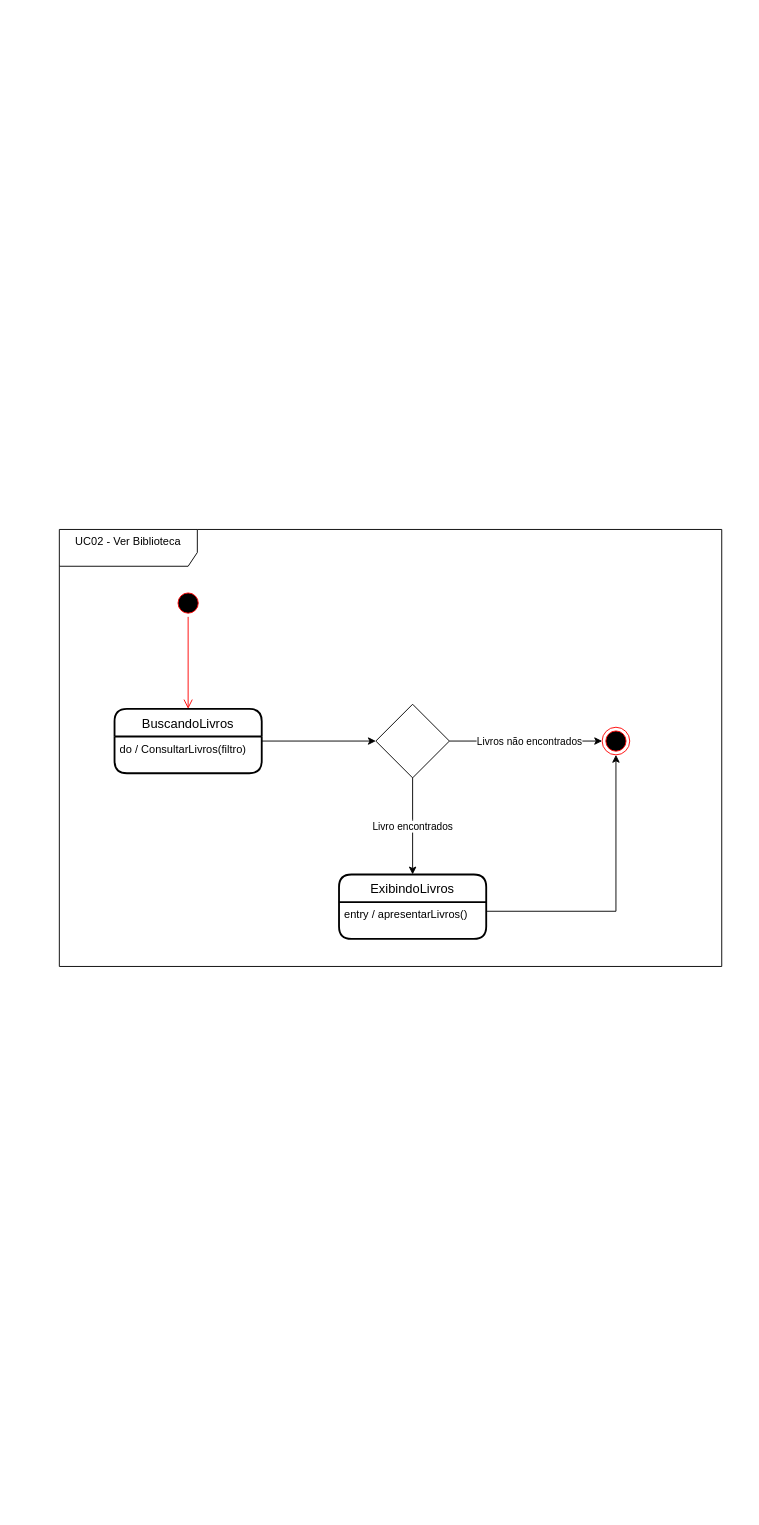
Earlier version of the draw.io diagram diagramMaquinaEstado.drawio (lucaspercisi/UFFS). Source tidied: cells renumbered, new cells numbered last; positions are measured from the earlier drawing's top-left corner, leaving out a move shared by most shapes. Both pictures are drawn from the tidied source at 92%, with x=0, y=0 at pixel (59, 529).
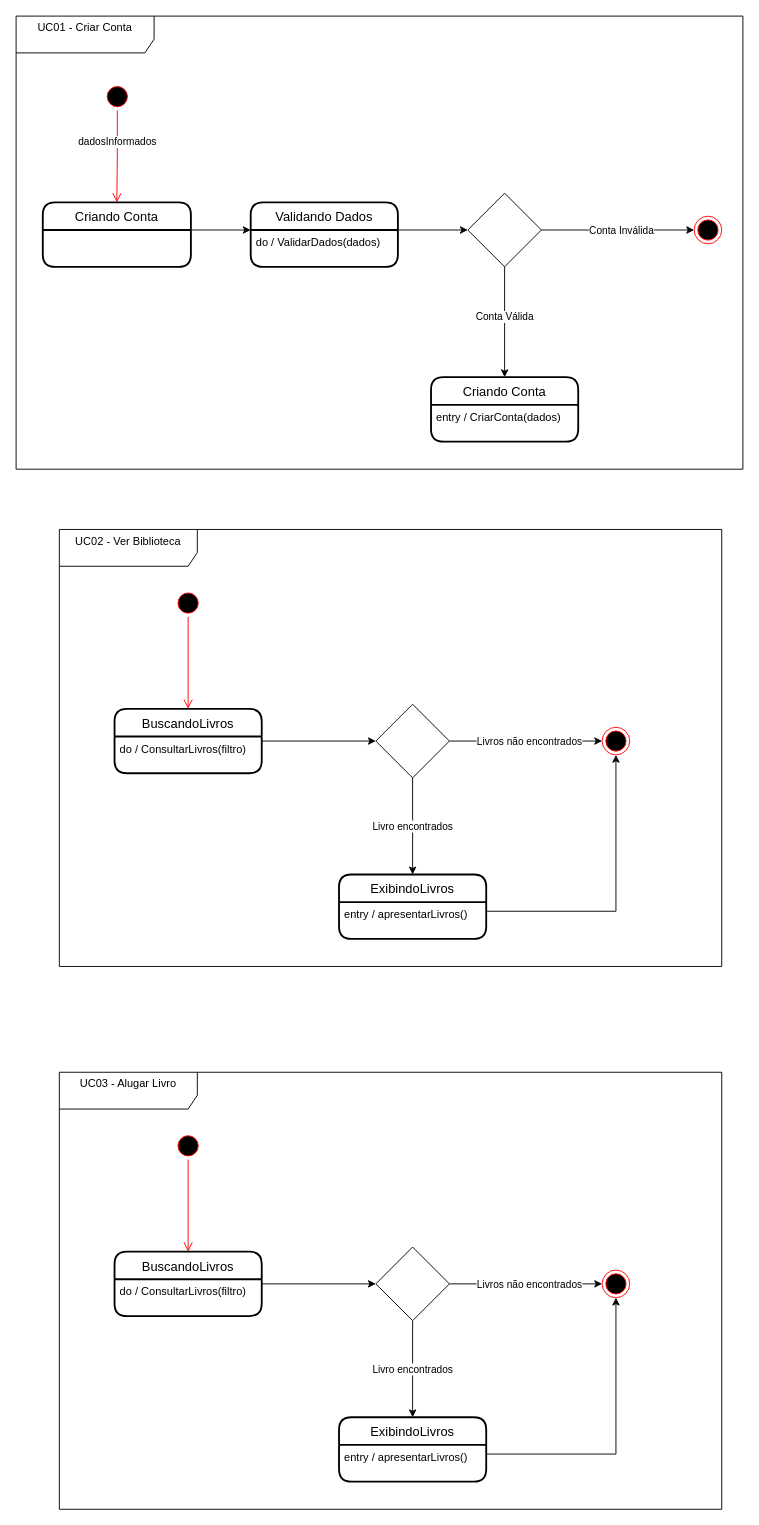
The same diagram, later.

The edit, as a diff of the source:
```diff
@@
+    <mxCell id="15" value="&lt;div&gt;UC02 - Ver Biblioteca&lt;/div&gt;&lt;div&gt;&lt;br&gt;&lt;/div&gt;" style="shape=umlFrame;whiteSpace=wrap;html=1;width=150;height=40;" parent="1" vertex="1">
+      <mxGeometry width="720" height="475" as="geometry" />
+    </mxCell>
@@
-    <mxCell id="15" value="&lt;div&gt;UC02 - Ver Biblioteca&lt;/div&gt;&lt;div&gt;&lt;br&gt;&lt;/div&gt;" style="shape=umlFrame;whiteSpace=wrap;html=1;width=150;height=40;" parent="1" vertex="1">
-      <mxGeometry width="720" height="475" as="geometry" />
-    </mxCell>
+    <mxCell id="16" style="ellipse;html=1;shape=startState;fillColor=#000000;strokeColor=#ff0000;" parent="1" vertex="1">
+      <mxGeometry x="48" y="-485.5" width="30" height="30" as="geometry" />
+    </mxCell>
+    <mxCell id="17" style="edgeStyle=orthogonalEdgeStyle;html=1;verticalAlign=bottom;endArrow=open;endSize=8;strokeColor=#ff0000;rounded=0;entryX=0.5;entryY=0;entryDx=0;entryDy=0;" parent="1" edge="1" source="16" target="25">
+      <mxGeometry relative="1" as="geometry" />
+    </mxCell>
+    <mxCell id="18" value="dadosInformados" style="edgeLabel;html=1;align=center;verticalAlign=middle;" parent="17" vertex="1">
+      <mxGeometry x="-0.32" y="-1" relative="1" as="geometry" />
+    </mxCell>
+    <mxCell id="19" style="ellipse;html=1;shape=endState;fillColor=#000000;strokeColor=#ff0000;" parent="1" vertex="1">
+      <mxGeometry x="690" y="-340.5" width="30" height="30" as="geometry" />
+    </mxCell>
+    <mxCell id="20" style="edgeStyle=orthogonalEdgeStyle;rounded=0;jettySize=auto;html=1;exitX=1;exitY=0.5;exitDx=0;exitDy=0;entryX=0;entryY=0.5;entryDx=0;entryDy=0;" parent="1" edge="1" source="24" target="19">
+      <mxGeometry relative="1" as="geometry" />
+    </mxCell>
+    <mxCell id="21" value="Conta Inválida" style="edgeLabel;html=1;align=center;verticalAlign=middle;" parent="20" vertex="1">
+      <mxGeometry x="-0.24" y="-4" relative="1" as="geometry">
+        <mxPoint x="23" y="-4" as="offset" />
+      </mxGeometry>
+    </mxCell>
+    <mxCell id="22" style="edgeStyle=orthogonalEdgeStyle;rounded=0;jettySize=auto;html=1;exitX=0.5;exitY=1;exitDx=0;exitDy=0;" parent="1" edge="1" source="24" target="26">
+      <mxGeometry relative="1" as="geometry" />
+    </mxCell>
+    <mxCell id="23" value="&lt;div&gt;Conta Válida&lt;/div&gt;" style="edgeLabel;html=1;align=center;verticalAlign=middle;" parent="22" vertex="1">
+      <mxGeometry x="-0.1" y="-1" relative="1" as="geometry" />
+    </mxCell>
+    <mxCell id="24" style="rhombus;whiteSpace=wrap;html=1;" parent="1" vertex="1">
+      <mxGeometry x="444" y="-365.5" width="80" height="80" as="geometry" />
+    </mxCell>
+    <mxCell id="25" value="Criando Conta" style="swimlane;horizontal=1;startSize=30;rounded=1;fontSize=14;fontStyle=0;strokeWidth=2;shadow=0;dashed=0;align=center;" parent="1" vertex="1">
+      <mxGeometry x="-18" y="-355.5" width="161" height="70" as="geometry" />
+    </mxCell>
+    <mxCell id="26" value="Criando Conta" style="swimlane;horizontal=1;startSize=30;rounded=1;fontSize=14;fontStyle=0;strokeWidth=2;shadow=0;dashed=0;align=center;" parent="1" vertex="1">
+      <mxGeometry x="404" y="-165.5" width="160" height="70" as="geometry" />
+    </mxCell>
+    <mxCell id="27" value="entry / CriarConta(dados)" style="align=left;strokeColor=none;fillColor=none;spacingLeft=4;fontSize=12;verticalAlign=top;" parent="26" vertex="1">
+      <mxGeometry y="30" width="160" height="40" as="geometry" />
+    </mxCell>
+    <mxCell id="28" value="Validando Dados" style="swimlane;horizontal=1;startSize=30;rounded=1;fontSize=14;fontStyle=0;strokeWidth=2;shadow=0;dashed=0;align=center;" parent="1" vertex="1">
+      <mxGeometry x="208" y="-355.5" width="160" height="70" as="geometry" />
+    </mxCell>
+    <mxCell id="29" value="do / ValidarDados(dados)" style="align=left;strokeColor=none;fillColor=none;spacingLeft=4;fontSize=12;verticalAlign=top;" parent="28" vertex="1">
+      <mxGeometry y="30" width="160" height="40" as="geometry" />
+    </mxCell>
+    <mxCell id="30" style="edgeStyle=orthogonalEdgeStyle;rounded=0;jettySize=auto;html=1;exitX=1;exitY=0;exitDx=0;exitDy=0;entryX=0;entryY=0;entryDx=0;entryDy=0;" parent="1" edge="1" target="29">
+      <mxGeometry relative="1" as="geometry">
+        <mxPoint x="143" y="-325.5" as="sourcePoint" />
+        <Array as="points">
+          <mxPoint x="184" y="-325.5" />
+          <mxPoint x="184" y="-325.5" />
+        </Array>
+      </mxGeometry>
+    </mxCell>
+    <mxCell id="31" style="rounded=0;jettySize=auto;html=1;exitX=1;exitY=0;exitDx=0;exitDy=0;entryX=0;entryY=0.5;entryDx=0;entryDy=0;" parent="1" edge="1" source="29" target="24">
+      <mxGeometry relative="1" as="geometry" />
+    </mxCell>
+    <mxCell id="32" value="&lt;div&gt;UC01 - Criar Conta&lt;br&gt;&lt;/div&gt;&lt;div&gt;&lt;br&gt;&lt;/div&gt;" style="shape=umlFrame;whiteSpace=wrap;html=1;width=150;height=40;" parent="1" vertex="1">
+      <mxGeometry x="-47" y="-558" width="790" height="492.5" as="geometry" />
+    </mxCell>
+    <mxCell id="33" value="&lt;div&gt;UC03 - Alugar Livro&lt;br&gt;&lt;/div&gt;&lt;div&gt;&lt;br&gt;&lt;/div&gt;" style="shape=umlFrame;whiteSpace=wrap;html=1;width=150;height=40;" parent="1" vertex="1">
+      <mxGeometry y="590" width="720" height="475" as="geometry" />
+    </mxCell>
+    <mxCell id="34" style="ellipse;html=1;shape=startState;fillColor=#000000;strokeColor=#ff0000;" parent="1" vertex="1">
+      <mxGeometry x="125" y="655" width="30" height="30" as="geometry" />
+    </mxCell>
+    <mxCell id="35" style="edgeStyle=orthogonalEdgeStyle;html=1;verticalAlign=bottom;endArrow=open;endSize=8;strokeColor=#ff0000;rounded=0;entryX=0.5;entryY=0;entryDx=0;entryDy=0;" parent="1" edge="1" source="34" target="44">
+      <mxGeometry relative="1" as="geometry" />
+    </mxCell>
+    <mxCell id="36" style="ellipse;html=1;shape=endState;fillColor=#000000;strokeColor=#ff0000;" parent="1" vertex="1">
+      <mxGeometry x="590" y="805" width="30" height="30" as="geometry" />
+    </mxCell>
+    <mxCell id="37" value="ExibindoLivros" style="swimlane;horizontal=1;startSize=30;rounded=1;fontSize=14;fontStyle=0;strokeWidth=2;shadow=0;dashed=0;align=center;" parent="1" vertex="1">
+      <mxGeometry x="304" y="965" width="160" height="70" as="geometry" />
+    </mxCell>
+    <mxCell id="38" value="entry / apresentarLivros()" style="align=left;strokeColor=none;fillColor=none;spacingLeft=4;fontSize=12;verticalAlign=top;" parent="37" vertex="1">
+      <mxGeometry y="30" width="160" height="40" as="geometry" />
+    </mxCell>
+    <mxCell id="39" value="Livro encontrados" style="edgeStyle=orthogonalEdgeStyle;rounded=0;jettySize=auto;html=1;exitX=0.5;exitY=1;exitDx=0;exitDy=0;entryX=0.5;entryY=0;entryDx=0;entryDy=0;" parent="1" edge="1" source="42" target="37">
+      <mxGeometry relative="1" as="geometry">
+        <Array as="points">
+          <mxPoint x="384" y="905" />
+          <mxPoint x="384" y="905" />
+        </Array>
+      </mxGeometry>
+    </mxCell>
+    <mxCell id="40" style="edgeStyle=orthogonalEdgeStyle;rounded=0;jettySize=auto;html=1;exitX=1;exitY=0.5;exitDx=0;exitDy=0;entryX=0;entryY=0.5;entryDx=0;entryDy=0;" parent="1" edge="1" source="42" target="36">
+      <mxGeometry relative="1" as="geometry" />
+    </mxCell>
+    <mxCell id="41" value="Livros não encontrados" style="edgeLabel;html=1;align=center;verticalAlign=middle;" parent="40" vertex="1">
+      <mxGeometry x="-0.24" y="-4" relative="1" as="geometry">
+        <mxPoint x="23" y="-4" as="offset" />
+      </mxGeometry>
+    </mxCell>
+    <mxCell id="42" style="rhombus;whiteSpace=wrap;html=1;" parent="1" vertex="1">
+      <mxGeometry x="344" y="780" width="80" height="80" as="geometry" />
+    </mxCell>
+    <mxCell id="43" style="edgeStyle=orthogonalEdgeStyle;rounded=0;jettySize=auto;html=1;exitX=1;exitY=0.5;exitDx=0;exitDy=0;" parent="1" edge="1" source="44" target="42">
+      <mxGeometry relative="1" as="geometry" />
+    </mxCell>
+    <mxCell id="44" value="BuscandoLivros" style="swimlane;horizontal=1;startSize=30;rounded=1;fontSize=14;fontStyle=0;strokeWidth=2;shadow=0;dashed=0;align=center;" parent="1" vertex="1">
+      <mxGeometry x="60" y="785" width="160" height="70" as="geometry" />
+    </mxCell>
+    <mxCell id="45" value="do / ConsultarLivros(filtro)" style="align=left;strokeColor=none;fillColor=none;spacingLeft=4;fontSize=12;verticalAlign=top;" parent="44" vertex="1">
+      <mxGeometry y="30" width="160" height="40" as="geometry" />
+    </mxCell>
+    <mxCell id="46" style="edgeStyle=orthogonalEdgeStyle;rounded=0;jettySize=auto;html=1;exitX=1;exitY=0.25;exitDx=0;exitDy=0;entryX=0.5;entryY=1;entryDx=0;entryDy=0;" parent="1" edge="1" source="38" target="36">
+      <mxGeometry relative="1" as="geometry" />
+    </mxCell>
```
